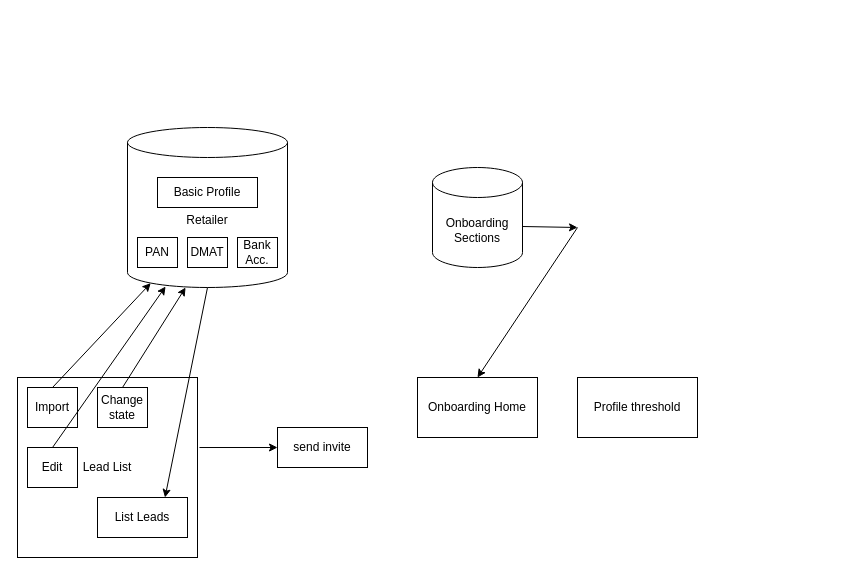
Above: files/retail_onboarding.drawio in danivijay/flow_diagrams (draw.io), before the change. Source tidied: cells renumbered, new cells numbered last; positions are measured from the earlier drawing's top-left corner, leaving out a move shared by most shapes. Both pictures are drawn from the tidied source at 100%, with x=0, y=0 at pixel (17, 127).
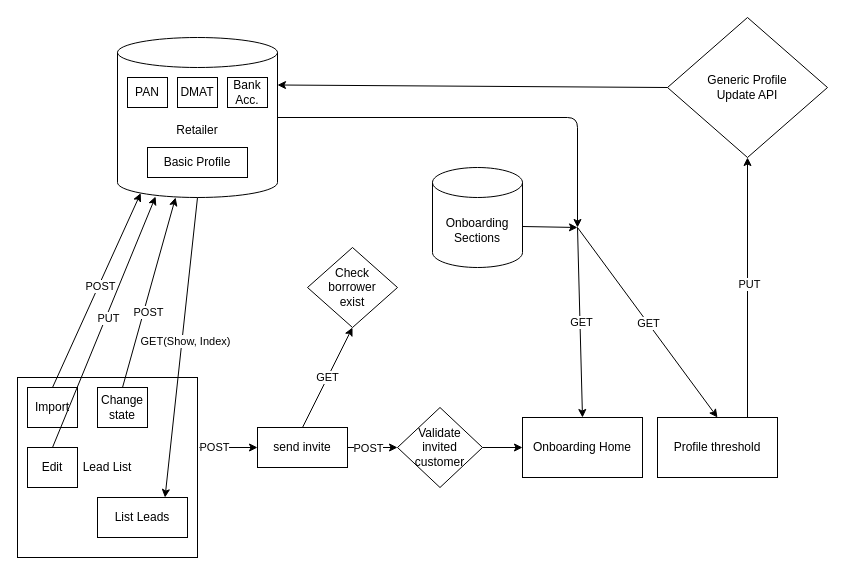
The same diagram, later.

The change refers to these unchanged cells:
```xml
<mxCell id="8" style="endArrow=classic;html=1;entryX=0.145;entryY=1;entryDx=0;entryDy=-4.35;entryPerimeter=0;exitX=0.5;exitY=0;exitDx=0;exitDy=0;" parent="1" edge="1" source="9" target="2">
  <mxGeometry relative="1" as="geometry" />
</mxCell>
<mxCell id="11" style="endArrow=classic;html=1;entryX=0.75;entryY=0;entryDx=0;entryDy=0;exitX=0.5;exitY=1;exitDx=0;exitDy=0;exitPerimeter=0;" parent="1" edge="1" source="2" target="10">
  <mxGeometry relative="1" as="geometry" />
</mxCell>
<mxCell id="14" style="endArrow=classic;html=1;entryX=0.238;entryY=0.994;entryDx=0;entryDy=0;entryPerimeter=0;exitX=0.5;exitY=0;exitDx=0;exitDy=0;" parent="1" edge="1" source="12" target="2">
  <mxGeometry relative="1" as="geometry" />
</mxCell>
<mxCell id="15" style="endArrow=classic;html=1;entryX=0.363;entryY=1;entryDx=0;entryDy=0;entryPerimeter=0;exitX=0.5;exitY=0;exitDx=0;exitDy=0;" parent="1" edge="1" source="13" target="2">
  <mxGeometry relative="1" as="geometry" />
</mxCell>
<mxCell id="17" style="endArrow=classic;html=1;entryX=0;entryY=0.5;entryDx=0;entryDy=0;exitX=1.011;exitY=0.389;exitDx=0;exitDy=0;exitPerimeter=0;" parent="1" edge="1" source="7" target="16">
  <mxGeometry relative="1" as="geometry" />
</mxCell>
<mxCell id="21" style="endArrow=classic;html=1;entryX=0.5;entryY=0;entryDx=0;entryDy=0;" parent="1" edge="1" target="18">
  <mxGeometry relative="1" as="geometry">
    <mxPoint x="560" y="100" as="sourcePoint" />
  </mxGeometry>
</mxCell>
```

Change to the diagram source:
```diff
@@
     <mxCell id="2" value="Retailer" style="shape=cylinder3;whiteSpace=wrap;html=1;boundedLbl=1;backgroundOutline=1;size=15;" parent="1" vertex="1">
-      <mxGeometry x="110" width="160" height="160" as="geometry" />
+      <mxGeometry x="100" y="-90" width="160" height="160" as="geometry" />
     </mxCell>
     <mxCell id="3" value="PAN" style="rounded=0;whiteSpace=wrap;html=1;" parent="1" vertex="1">
-      <mxGeometry x="120" y="110" width="40" height="30" as="geometry" />
+      <mxGeometry x="110" y="-50" width="40" height="30" as="geometry" />
     </mxCell>
     <mxCell id="4" value="DMAT" style="rounded=0;whiteSpace=wrap;html=1;" parent="1" vertex="1">
-      <mxGeometry x="170" y="110" width="40" height="30" as="geometry" />
+      <mxGeometry x="160" y="-50" width="40" height="30" as="geometry" />
     </mxCell>
     <mxCell id="5" value="Bank Acc." style="rounded=0;whiteSpace=wrap;html=1;" parent="1" vertex="1">
-      <mxGeometry x="220" y="110" width="40" height="30" as="geometry" />
+      <mxGeometry x="210" y="-50" width="40" height="30" as="geometry" />
     </mxCell>
     <mxCell id="6" value="Basic Profile" style="rounded=0;whiteSpace=wrap;html=1;" parent="1" vertex="1">
-      <mxGeometry x="140" y="50" width="100" height="30" as="geometry" />
+      <mxGeometry x="130" y="20" width="100" height="30" as="geometry" />
     </mxCell>
@@
+    <mxCell id="23" value="POST" style="edgeLabel;html=1;align=center;verticalAlign=middle;" parent="8" vertex="1">
+      <mxGeometry x="0.05" y="-1" relative="1" as="geometry" />
+    </mxCell>
@@
+    <mxCell id="24" value="GET(Show, Index)" style="edgeLabel;html=1;align=center;verticalAlign=middle;" parent="11" vertex="1">
+      <mxGeometry x="-0.05" y="3" relative="1" as="geometry">
+        <mxPoint y="1" as="offset" />
+      </mxGeometry>
+    </mxCell>
@@
+    <mxCell id="25" value="PUT" style="edgeLabel;html=1;align=center;verticalAlign=middle;" parent="14" vertex="1">
+      <mxGeometry x="0.04" y="-2" relative="1" as="geometry" />
+    </mxCell>
@@
+    <mxCell id="26" value="POST" style="edgeLabel;html=1;align=center;verticalAlign=middle;" parent="15" vertex="1">
+      <mxGeometry x="-0.19" y="-4" relative="1" as="geometry" />
+    </mxCell>
+    <mxCell id="27" style="edgeStyle=orthogonalEdgeStyle;rounded=0;jettySize=auto;html=1;" parent="1" edge="1" source="16" target="39">
+      <mxGeometry relative="1" as="geometry" />
+    </mxCell>
+    <mxCell id="28" value="POST" style="edgeLabel;html=1;align=center;verticalAlign=middle;" parent="27" vertex="1">
+      <mxGeometry x="-0.45" relative="1" as="geometry">
+        <mxPoint x="6" as="offset" />
+      </mxGeometry>
+    </mxCell>
     <mxCell id="16" value="send invite" style="rounded=0;whiteSpace=wrap;html=1;" parent="1" vertex="1">
-      <mxGeometry x="260" y="300" width="90" height="40" as="geometry" />
+      <mxGeometry x="240" y="300" width="90" height="40" as="geometry" />
     </mxCell>
@@
+    <mxCell id="29" value="POST" style="edgeLabel;html=1;align=center;verticalAlign=middle;" parent="17" vertex="1">
+      <mxGeometry x="-0.45" y="1" relative="1" as="geometry">
+        <mxPoint x="-1" as="offset" />
+      </mxGeometry>
+    </mxCell>
     <mxCell id="18" value="Onboarding Home" style="rounded=0;whiteSpace=wrap;html=1;" parent="1" vertex="1">
-      <mxGeometry x="400" y="250" width="120" height="60" as="geometry" />
+      <mxGeometry x="505" y="290" width="120" height="60" as="geometry" />
     </mxCell>
@@
     <mxCell id="20" value="Profile threshold" style="rounded=0;whiteSpace=wrap;html=1;" parent="1" vertex="1">
-      <mxGeometry x="560" y="250" width="120" height="60" as="geometry" />
+      <mxGeometry x="640" y="290" width="120" height="60" as="geometry" />
     </mxCell>
@@
+    <mxCell id="30" value="GET" style="edgeLabel;html=1;align=center;verticalAlign=middle;" parent="21" vertex="1">
+      <mxGeometry y="1" relative="1" as="geometry" />
+    </mxCell>
@@
+    <mxCell id="31" style="endArrow=classic;html=1;entryX=0.5;entryY=0;entryDx=0;entryDy=0;" parent="1" edge="1" target="20">
+      <mxGeometry relative="1" as="geometry">
+        <mxPoint x="560" y="100" as="sourcePoint" />
+      </mxGeometry>
+    </mxCell>
+    <mxCell id="32" value="GET" style="edgeLabel;html=1;align=center;verticalAlign=middle;" parent="31" vertex="1">
+      <mxGeometry x="0.01" relative="1" as="geometry" />
+    </mxCell>
+    <mxCell id="33" style="endArrow=classic;html=1;exitX=1;exitY=0.5;exitDx=0;exitDy=0;exitPerimeter=0;" parent="1" edge="1" source="2">
+      <mxGeometry relative="1" as="geometry">
+        <mxPoint x="560" y="100" as="targetPoint" />
+        <Array as="points">
+          <mxPoint x="560" y="-10" />
+        </Array>
+      </mxGeometry>
+    </mxCell>
+    <mxCell id="34" value="Generic Profile&lt;br&gt;Update API" style="rhombus;whiteSpace=wrap;html=1;" parent="1" vertex="1">
+      <mxGeometry x="650" y="-110" width="160" height="140" as="geometry" />
+    </mxCell>
+    <mxCell id="35" style="endArrow=classic;html=1;entryX=0.5;entryY=1;entryDx=0;entryDy=0;exitX=0.75;exitY=0;exitDx=0;exitDy=0;" parent="1" edge="1" source="20" target="34">
+      <mxGeometry relative="1" as="geometry" />
+    </mxCell>
+    <mxCell id="36" value="PUT" style="edgeLabel;html=1;align=center;verticalAlign=middle;" parent="35" vertex="1">
+      <mxGeometry x="0.03" y="-1" relative="1" as="geometry" />
+    </mxCell>
+    <mxCell id="37" style="endArrow=classic;html=1;exitX=0;exitY=0.5;exitDx=0;exitDy=0;entryX=1;entryY=0;entryDx=0;entryDy=47.5;entryPerimeter=0;" parent="1" edge="1" source="34" target="2">
+      <mxGeometry relative="1" as="geometry" />
+    </mxCell>
+    <mxCell id="38" style="edgeStyle=orthogonalEdgeStyle;rounded=0;jettySize=auto;html=1;" parent="1" edge="1" source="39" target="18">
+      <mxGeometry relative="1" as="geometry" />
+    </mxCell>
+    <mxCell id="39" value="Validate &lt;br&gt;invited &lt;br&gt;customer" style="rhombus;whiteSpace=wrap;html=1;" parent="1" vertex="1">
+      <mxGeometry x="380" y="280" width="85" height="80" as="geometry" />
+    </mxCell>
+    <mxCell id="40" value="Check &lt;br&gt;borrower &lt;br&gt;exist" style="rhombus;whiteSpace=wrap;html=1;" parent="1" vertex="1">
+      <mxGeometry x="290" y="120" width="90" height="80" as="geometry" />
+    </mxCell>
+    <mxCell id="41" value="GET" style="endArrow=classic;html=1;exitX=0.5;exitY=0;exitDx=0;exitDy=0;entryX=0.5;entryY=1;entryDx=0;entryDy=0;" parent="1" edge="1" source="16" target="40">
+      <mxGeometry relative="1" as="geometry" />
+    </mxCell>
```
